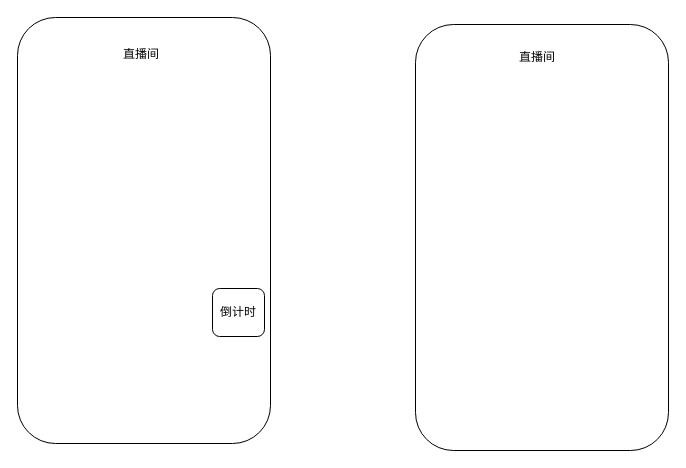
cangwang/news keeps this draw.io diagram as page "Page-1" (1 of 5) of 大礼物连贯播放.drawio. Above is the earlier version. Source tidied: cells renumbered, new cells numbered last; positions are measured from the earlier drawing's top-left corner, leaving out a move shared by most shapes. Both pictures are drawn from the tidied source at 100%, with x=0, y=0 at pixel (17, 17).
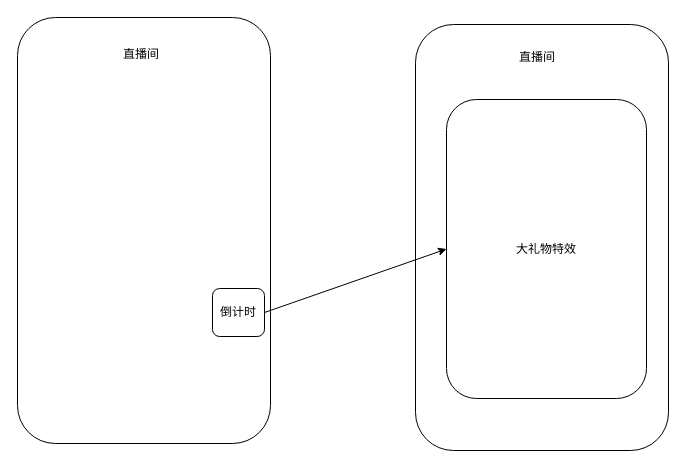
After the change.

Commit message:
Update 大礼物连贯播放.drawio

What changed in the source:
```diff
@@
 <mxGraphModel>
   <root>
     <mxCell id="0" />
     <mxCell id="1" parent="0" />
     <mxCell id="2" style="rounded=1;whiteSpace=wrap;html=1;" parent="1" vertex="1">
       <mxGeometry width="253" height="426" as="geometry" />
     </mxCell>
     <mxCell id="3" value="倒计时" style="rounded=1;whiteSpace=wrap;html=1;" parent="1" vertex="1">
       <mxGeometry x="195" y="271" width="52" height="48" as="geometry" />
     </mxCell>
     <mxCell id="4" value="直播间" style="text;html=1;strokeColor=none;fillColor=none;align=center;verticalAlign=middle;whiteSpace=wrap;rounded=0;" parent="1" vertex="1">
       <mxGeometry x="104" y="27" width="40" height="20" as="geometry" />
     </mxCell>
     <mxCell id="5" style="rounded=1;whiteSpace=wrap;html=1;" parent="1" vertex="1">
       <mxGeometry x="398" y="7" width="253" height="426" as="geometry" />
     </mxCell>
     <mxCell id="6" value="直播间" style="text;html=1;strokeColor=none;fillColor=none;align=center;verticalAlign=middle;whiteSpace=wrap;rounded=0;" parent="1" vertex="1">
       <mxGeometry x="500" y="30" width="40" height="20" as="geometry" />
     </mxCell>
+    <mxCell id="7" value="大礼物特效" style="rounded=1;whiteSpace=wrap;html=1;" parent="1" vertex="1">
+      <mxGeometry x="429" y="82" width="200" height="299" as="geometry" />
+    </mxCell>
+    <mxCell id="8" style="endArrow=classic;html=1;exitX=1;exitY=0.5;exitDx=0;exitDy=0;entryX=0;entryY=0.5;entryDx=0;entryDy=0;" parent="1" edge="1" source="3" target="7">
+      <mxGeometry relative="1" as="geometry" />
+    </mxCell>
   </root>
 </mxGraphModel>
```
